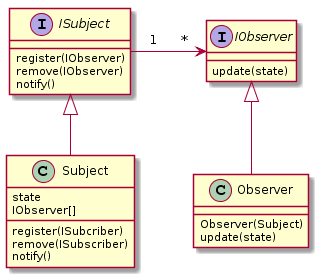
Earlier version of the PlantUML export observersummary.png (swaminathanj/CompetitiveProgramming).
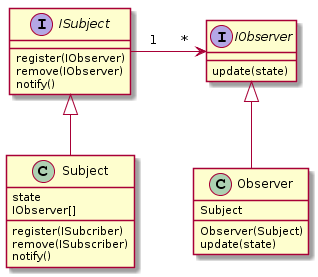
Later version of the same file.

Change to the diagram source:
```diff
@@ -21,6 +21,7 @@
 ISubject -right-> IObserver : 1      *
 
 class Observer {
+   Subject
    Observer(Subject)
    update(state)
 }
```
